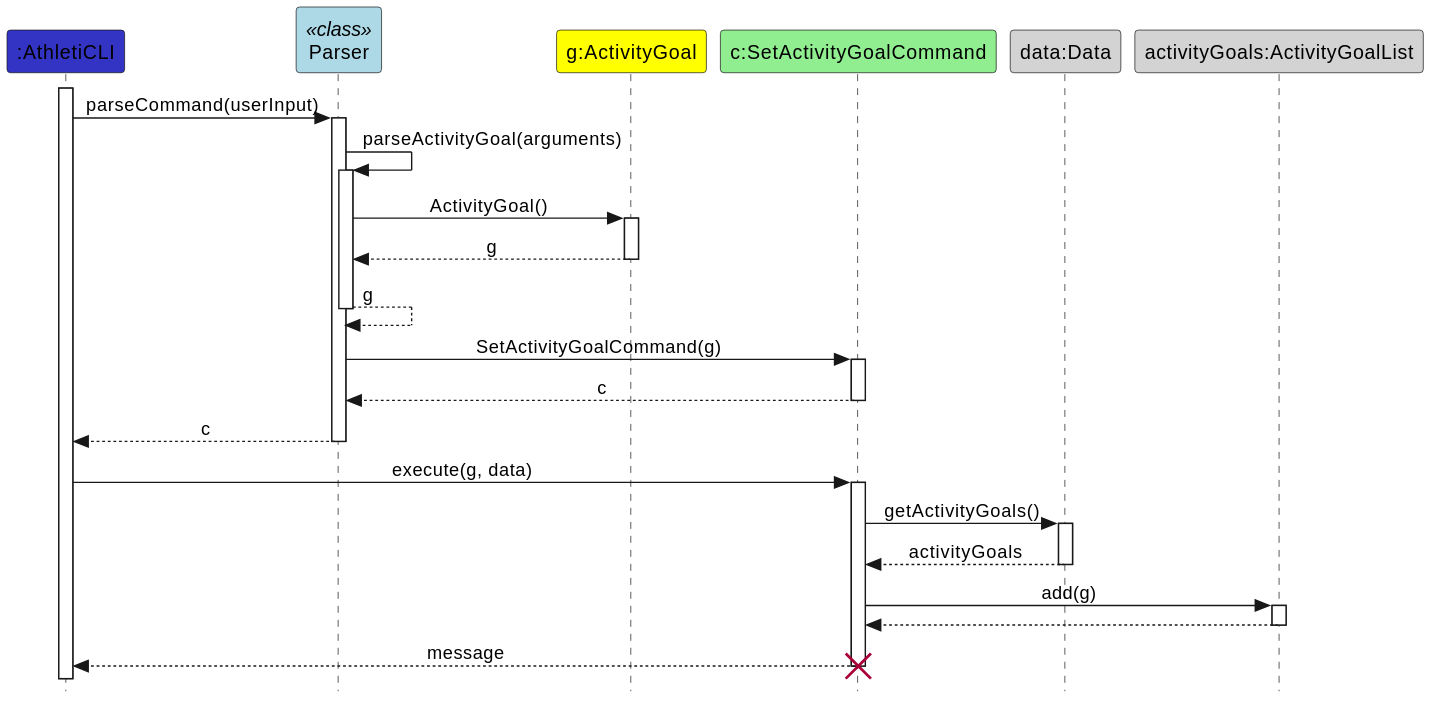
This is docs/images/AddActivityGoal.svg from AY2324S1-CS2113-T17-1/tp, a PlantUML export, as it was before one commit. The source it was exported from:
```plantuml
@startuml
skinparam Style strictuml
skinparam SequenceMessageAlignment center

!define LOGIC_COLOR #3333C4

participant ":AthletiCLI" as AthletiCLI LOGIC_COLOR
participant "Parser" as Parser <<class>> #lightblue
participant "g:ActivityGoal" as ActivityGoal #yellow
participant "c:SetActivityGoalCommand" as SetActivityGoalCommand #lightgreen
participant "data:Data" as Data #lightgrey
participant "activityGoals:ActivityGoalList" as activityGoals #lightgrey

AthletiCLI++
AthletiCLI -> Parser++: parseCommand(userInput)
Parser -> Parser++: parseActivityGoal(arguments)
Parser -> ActivityGoal++: ActivityGoal()
ActivityGoal --> Parser--: g
Parser --> Parser: g
Parser--
Parser -> SetActivityGoalCommand++: SetActivityGoalCommand(g)
SetActivityGoalCommand --> Parser--: c
Parser --> AthletiCLI--: c

AthletiCLI -> SetActivityGoalCommand++: execute(g, data)
SetActivityGoalCommand -> Data++: getActivityGoals()

Data --> SetActivityGoalCommand--: activityGoals
SetActivityGoalCommand -> activityGoals++: add(g)
activityGoals --> SetActivityGoalCommand--
SetActivityGoalCommand --> AthletiCLI--: message

destroy SetActivityGoalCommand
@enduml
```
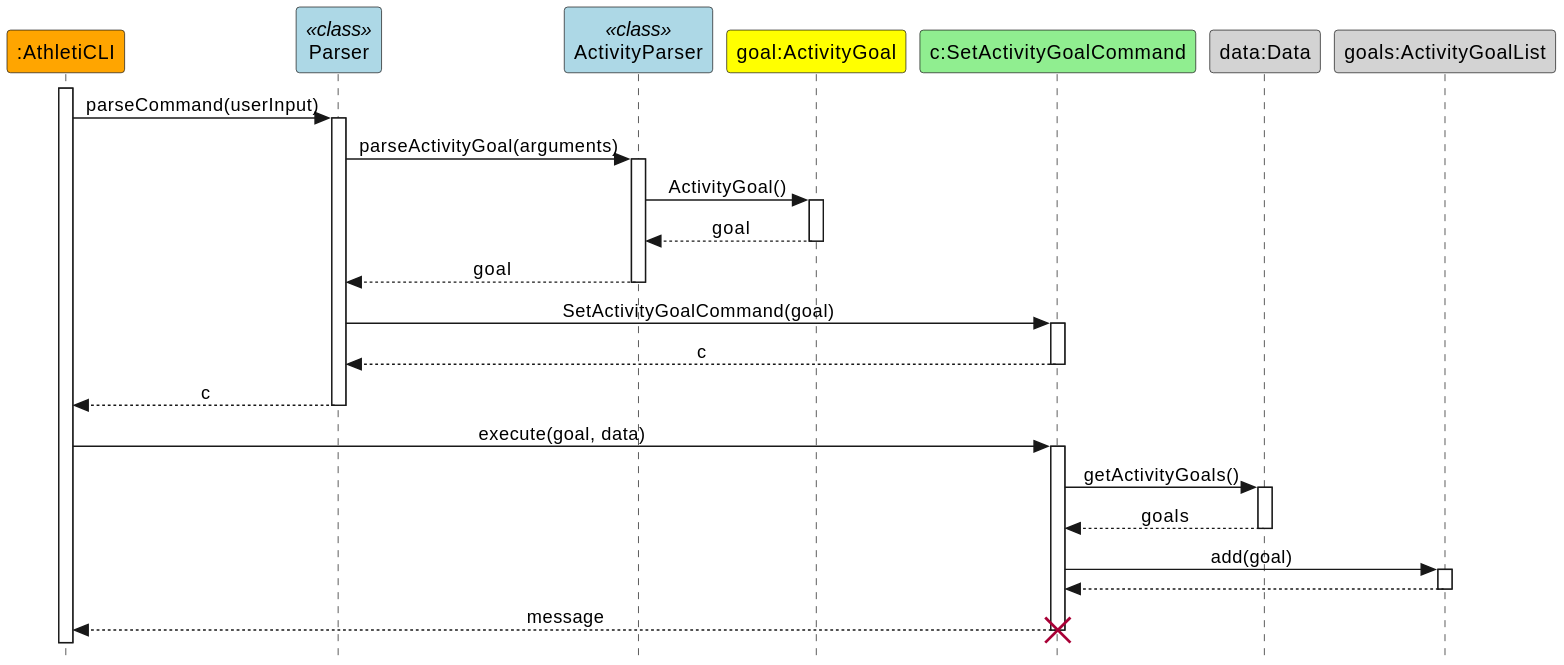
After the commit.

Diff of the diagram source:
```diff
@@ -4,29 +4,29 @@
 
 !define LOGIC_COLOR #3333C4
 
-participant ":AthletiCLI" as AthletiCLI LOGIC_COLOR
+participant ":AthletiCLI" as AthletiCLI #orange
 participant "Parser" as Parser <<class>> #lightblue
-participant "g:ActivityGoal" as ActivityGoal #yellow
+participant "ActivityParser" as ActivityParser <<class>> #lightblue
+participant "goal:ActivityGoal" as ActivityGoal #yellow
 participant "c:SetActivityGoalCommand" as SetActivityGoalCommand #lightgreen
 participant "data:Data" as Data #lightgrey
-participant "activityGoals:ActivityGoalList" as activityGoals #lightgrey
+participant "goals:ActivityGoalList" as activityGoals #lightgrey
 
 AthletiCLI++
 AthletiCLI -> Parser++: parseCommand(userInput)
-Parser -> Parser++: parseActivityGoal(arguments)
-Parser -> ActivityGoal++: ActivityGoal()
-ActivityGoal --> Parser--: g
-Parser --> Parser: g
-Parser--
-Parser -> SetActivityGoalCommand++: SetActivityGoalCommand(g)
+Parser -> ActivityParser++: parseActivityGoal(arguments)
+ActivityParser -> ActivityGoal++: ActivityGoal()
+ActivityGoal --> ActivityParser--: goal
+ActivityParser --> Parser--: goal
+Parser -> SetActivityGoalCommand++: SetActivityGoalCommand(goal)
 SetActivityGoalCommand --> Parser--: c
 Parser --> AthletiCLI--: c
 
-AthletiCLI -> SetActivityGoalCommand++: execute(g, data)
+AthletiCLI -> SetActivityGoalCommand++: execute(goal, data)
 SetActivityGoalCommand -> Data++: getActivityGoals()
 
-Data --> SetActivityGoalCommand--: activityGoals
-SetActivityGoalCommand -> activityGoals++: add(g)
+Data --> SetActivityGoalCommand--: goals
+SetActivityGoalCommand -> activityGoals++: add(goal)
 activityGoals --> SetActivityGoalCommand--
 SetActivityGoalCommand --> AthletiCLI--: message
 
```
